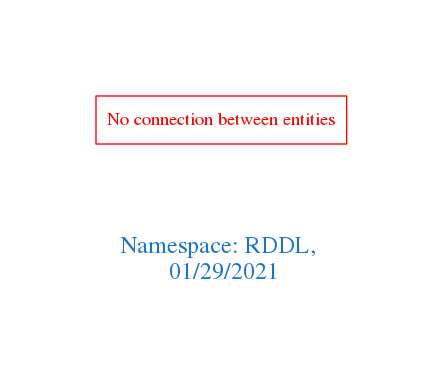
Before: downloads/RDDL.png, a diagram exported from Graphviz (arago/OGIT). Its source is kept beside it as downloads/RDDL.dot.
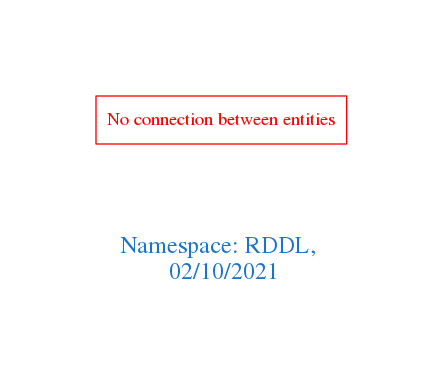
After the commit.

What changed in the source:
```diff
@@ -1,7 +1,7 @@
 digraph OGIT_ontology {
  graph [ rankdir= LR,pad=1
 fontsize = 18,
-fontcolor= dodgerblue3,label = "\n\n\nNamespace: RDDL, \n 01/29/2021"];
+fontcolor= dodgerblue3,label = "\n\n\nNamespace: RDDL, \n 02/10/2021"];
 node[shape=polygon];
 edge [  color="gray81"];
 
```
